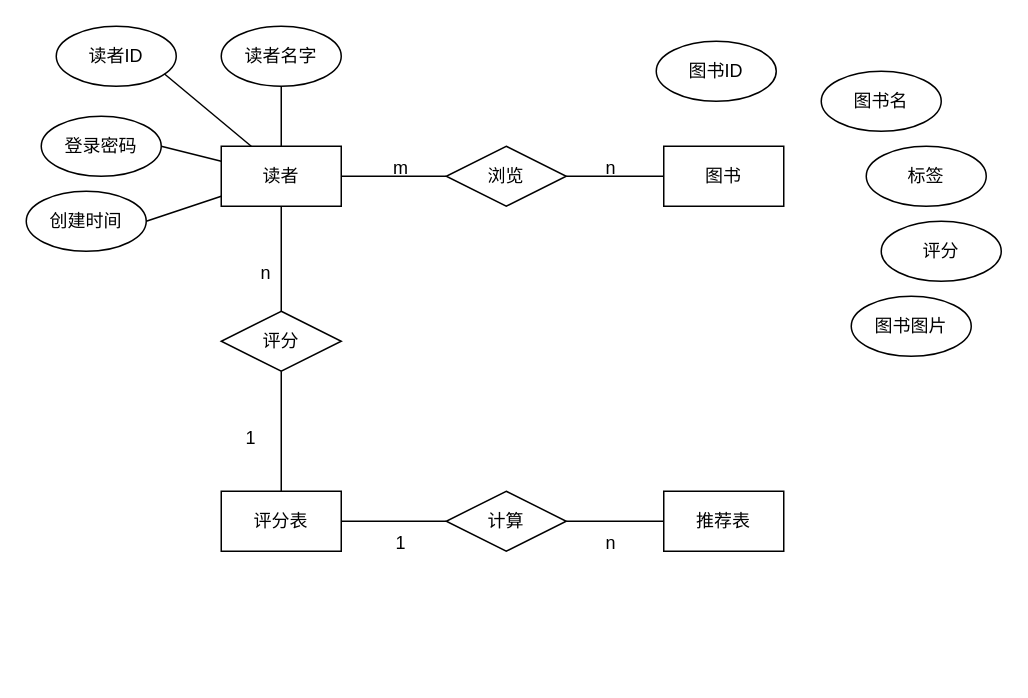
This is Untitled Diagram.drawio from i-icecream/diagram, a draw.io file, before an edit. Source tidied: cells renumbered, new cells numbered last; positions are measured from the earlier drawing's top-left corner, leaving out a move shared by most shapes. Both pictures are drawn from the tidied source at 150%, with x=0, y=0 at pixel (26, 26).
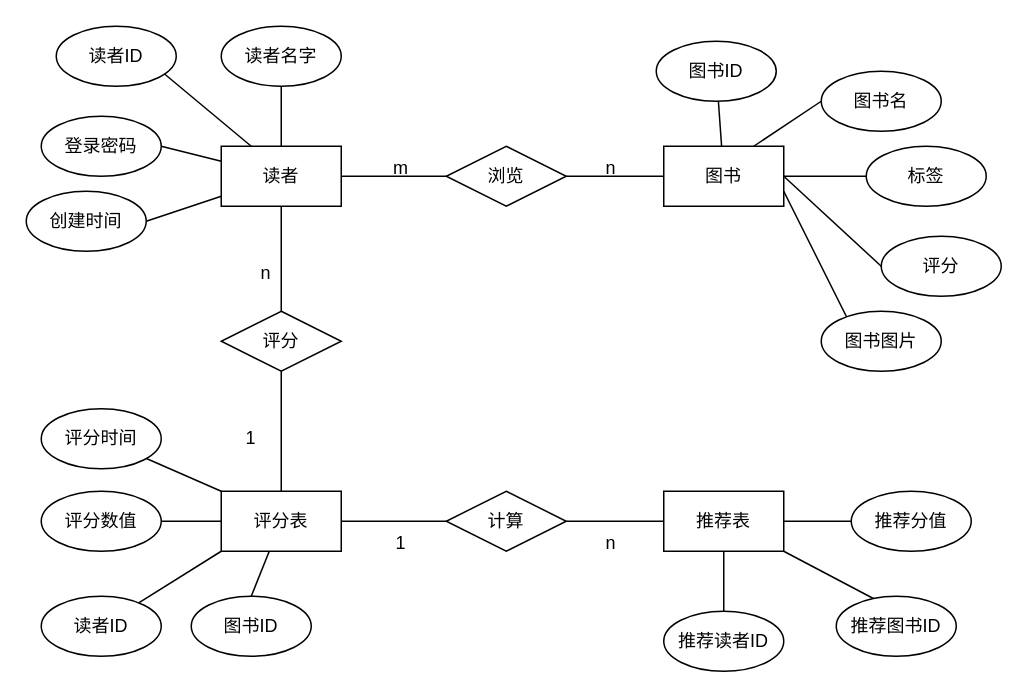
The same diagram, later.

The change refers to these unchanged cells:
```xml
<mxCell id="11" value="图书" style="rounded=0;whiteSpace=wrap;html=1;" parent="1" vertex="1">
  <mxGeometry x="425" y="80" width="80" height="40" as="geometry" />
</mxCell>
<mxCell id="17" value="评分表" style="rounded=0;whiteSpace=wrap;html=1;" parent="1" vertex="1">
  <mxGeometry x="130" y="310" width="80" height="40" as="geometry" />
</mxCell>
<mxCell id="20" value="推荐表" style="rounded=0;whiteSpace=wrap;html=1;" parent="1" vertex="1">
  <mxGeometry x="425" y="310" width="80" height="40" as="geometry" />
</mxCell>
<mxCell id="29" value="图书ID" style="ellipse;whiteSpace=wrap;html=1;" parent="1" vertex="1">
  <mxGeometry x="420" y="10" width="80" height="40" as="geometry" />
</mxCell>
<mxCell id="30" value="图书名" style="ellipse;whiteSpace=wrap;html=1;" parent="1" vertex="1">
  <mxGeometry x="530" y="30" width="80" height="40" as="geometry" />
</mxCell>
<mxCell id="31" value="标签" style="ellipse;whiteSpace=wrap;html=1;" parent="1" vertex="1">
  <mxGeometry x="560" y="80" width="80" height="40" as="geometry" />
</mxCell>
```

Diff of the diagram source:
```diff
@@
+    <mxCell id="34" style="rounded=0;jettySize=auto;html=1;endArrow=none;endFill=0;" parent="1" edge="1" source="11" target="29">
+      <mxGeometry relative="1" as="geometry" />
+    </mxCell>
+    <mxCell id="35" style="rounded=0;jettySize=auto;html=1;exitX=0.75;exitY=0;exitDx=0;exitDy=0;entryX=0;entryY=0.5;entryDx=0;entryDy=0;endArrow=none;endFill=0;" parent="1" edge="1" source="11" target="30">
+      <mxGeometry relative="1" as="geometry" />
+    </mxCell>
+    <mxCell id="36" style="edgeStyle=orthogonalEdgeStyle;rounded=0;jettySize=auto;html=1;entryX=0;entryY=0.5;entryDx=0;entryDy=0;endArrow=none;endFill=0;" parent="1" edge="1" source="11" target="31">
+      <mxGeometry relative="1" as="geometry" />
+    </mxCell>
+    <mxCell id="37" style="rounded=0;jettySize=auto;html=1;exitX=1;exitY=0.5;exitDx=0;exitDy=0;entryX=0;entryY=0.5;entryDx=0;entryDy=0;endArrow=none;endFill=0;" parent="1" edge="1" source="11" target="32">
+      <mxGeometry relative="1" as="geometry" />
+    </mxCell>
+    <mxCell id="38" style="rounded=0;jettySize=auto;html=1;entryX=0.25;entryY=0.25;entryDx=0;entryDy=0;entryPerimeter=0;endArrow=none;endFill=0;exitX=1;exitY=0.75;exitDx=0;exitDy=0;" parent="1" edge="1" source="11" target="33">
+      <mxGeometry relative="1" as="geometry" />
+    </mxCell>
@@
+    <mxCell id="39" style="edgeStyle=orthogonalEdgeStyle;rounded=0;jettySize=auto;html=1;entryX=1;entryY=0.5;entryDx=0;entryDy=0;endArrow=none;endFill=0;" parent="1" edge="1" source="17" target="46">
+      <mxGeometry relative="1" as="geometry" />
+    </mxCell>
+    <mxCell id="40" style="rounded=0;jettySize=auto;html=1;exitX=0;exitY=0;exitDx=0;exitDy=0;endArrow=none;endFill=0;" parent="1" edge="1" source="17" target="49">
+      <mxGeometry relative="1" as="geometry" />
+    </mxCell>
+    <mxCell id="41" style="rounded=0;jettySize=auto;html=1;exitX=0;exitY=1;exitDx=0;exitDy=0;endArrow=none;endFill=0;" parent="1" edge="1" source="17" target="48">
+      <mxGeometry relative="1" as="geometry" />
+    </mxCell>
+    <mxCell id="42" style="rounded=0;jettySize=auto;html=1;entryX=0.5;entryY=0;entryDx=0;entryDy=0;endArrow=none;endFill=0;" parent="1" edge="1" source="17" target="47">
+      <mxGeometry relative="1" as="geometry" />
+    </mxCell>
@@
+    <mxCell id="43" style="edgeStyle=orthogonalEdgeStyle;rounded=0;jettySize=auto;html=1;entryX=0.5;entryY=0;entryDx=0;entryDy=0;endArrow=none;endFill=0;" parent="1" edge="1" source="20" target="51">
+      <mxGeometry relative="1" as="geometry" />
+    </mxCell>
+    <mxCell id="44" style="rounded=0;jettySize=auto;html=1;exitX=1;exitY=1;exitDx=0;exitDy=0;entryX=0.321;entryY=0.05;entryDx=0;entryDy=0;entryPerimeter=0;endArrow=none;endFill=0;" parent="1" edge="1" source="20" target="52">
+      <mxGeometry relative="1" as="geometry" />
+    </mxCell>
+    <mxCell id="45" style="edgeStyle=orthogonalEdgeStyle;rounded=0;jettySize=auto;html=1;endArrow=none;endFill=0;" parent="1" edge="1" source="20" target="50">
+      <mxGeometry relative="1" as="geometry" />
+    </mxCell>
@@
     <mxCell id="32" value="评分" style="ellipse;whiteSpace=wrap;html=1;" parent="1" vertex="1">
-      <mxGeometry x="570" y="130" width="80" height="40" as="geometry" />
+      <mxGeometry x="570" y="140" width="80" height="40" as="geometry" />
     </mxCell>
     <mxCell id="33" value="图书图片" style="ellipse;whiteSpace=wrap;html=1;" parent="1" vertex="1">
-      <mxGeometry x="550" y="180" width="80" height="40" as="geometry" />
+      <mxGeometry x="530" y="190" width="80" height="40" as="geometry" />
     </mxCell>
+    <mxCell id="46" value="评分数值" style="ellipse;whiteSpace=wrap;html=1;" parent="1" vertex="1">
+      <mxGeometry x="10" y="310" width="80" height="40" as="geometry" />
+    </mxCell>
+    <mxCell id="47" value="图书ID" style="ellipse;whiteSpace=wrap;html=1;" parent="1" vertex="1">
+      <mxGeometry x="110" y="380" width="80" height="40" as="geometry" />
+    </mxCell>
+    <mxCell id="48" value="读者ID" style="ellipse;whiteSpace=wrap;html=1;" parent="1" vertex="1">
+      <mxGeometry x="10" y="380" width="80" height="40" as="geometry" />
+    </mxCell>
+    <mxCell id="49" value="评分时间" style="ellipse;whiteSpace=wrap;html=1;" parent="1" vertex="1">
+      <mxGeometry x="10" y="255" width="80" height="40" as="geometry" />
+    </mxCell>
+    <mxCell id="50" value="推荐分值" style="ellipse;whiteSpace=wrap;html=1;" parent="1" vertex="1">
+      <mxGeometry x="550" y="310" width="80" height="40" as="geometry" />
+    </mxCell>
+    <mxCell id="51" value="推荐读者ID" style="ellipse;whiteSpace=wrap;html=1;" parent="1" vertex="1">
+      <mxGeometry x="425" y="390" width="80" height="40" as="geometry" />
+    </mxCell>
+    <mxCell id="52" value="推荐图书ID" style="ellipse;whiteSpace=wrap;html=1;" parent="1" vertex="1">
+      <mxGeometry x="540" y="380" width="80" height="40" as="geometry" />
+    </mxCell>
```
